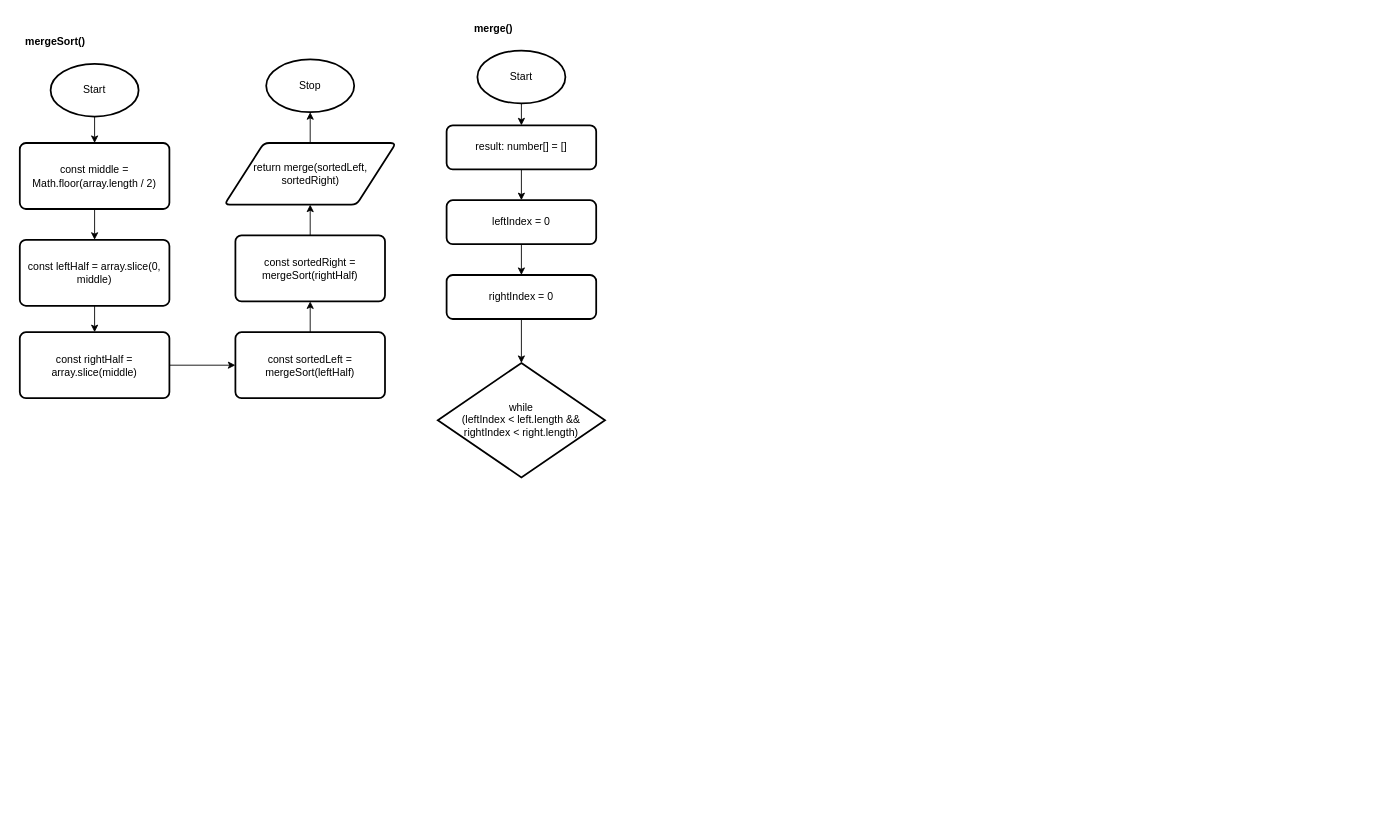
Before: design/flowchart.drawio in Kenny-Le-281/ICS4U-Unit3-06-Kenny-Le, a draw.io diagram. Source tidied: cells renumbered, new cells numbered last; positions are measured from the earlier drawing's top-left corner, leaving out a move shared by most shapes. Both pictures are drawn from the tidied source at 88%, with x=0, y=0 at pixel (15, 15).
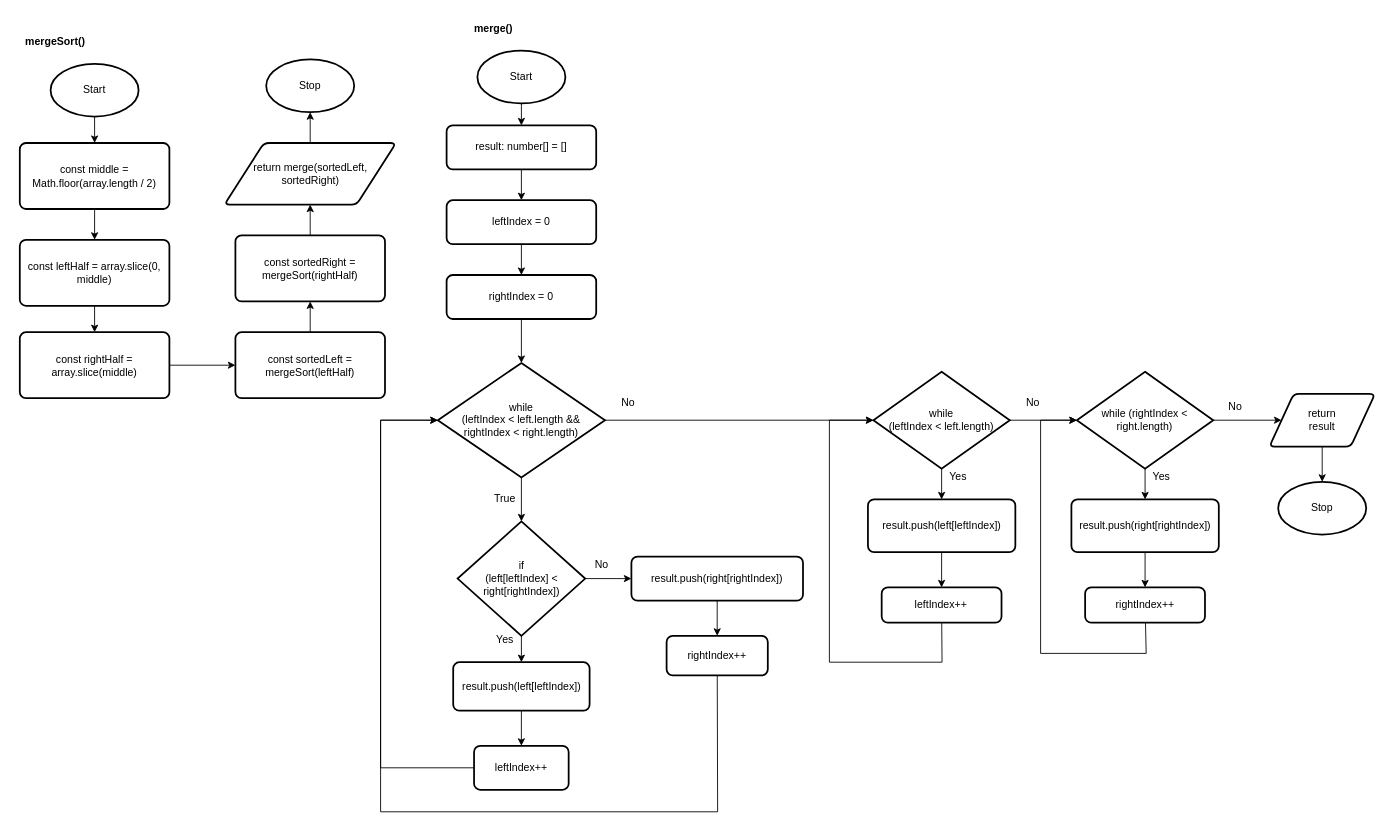
The same diagram, later.

Unchanged cells that the change refers to:
```xml
<mxCell id="27" value="while &lt;br&gt;(leftIndex &amp;lt; left.length &amp;amp;&amp;amp; rightIndex &amp;lt; right.length)" style="strokeWidth=2;html=1;shape=mxgraph.flowchart.decision;whiteSpace=wrap;" parent="1" vertex="1">
  <mxGeometry x="480" y="395" width="190" height="130" as="geometry" />
</mxCell>
```

What changed in the source:
```diff
@@
+    <mxCell id="28" style="edgeStyle=none;html=1;" parent="1" edge="1" source="27" target="32">
+      <mxGeometry relative="1" as="geometry" />
+    </mxCell>
+    <mxCell id="29" style="edgeStyle=none;rounded=0;html=1;entryX=0;entryY=0.5;entryDx=0;entryDy=0;entryPerimeter=0;" parent="1" edge="1" source="27" target="46">
+      <mxGeometry relative="1" as="geometry" />
+    </mxCell>
@@
+    <mxCell id="30" style="edgeStyle=none;html=1;" parent="1" edge="1" source="32" target="35">
+      <mxGeometry relative="1" as="geometry" />
+    </mxCell>
+    <mxCell id="31" style="edgeStyle=none;rounded=0;html=1;" parent="1" edge="1" source="32" target="40">
+      <mxGeometry relative="1" as="geometry" />
+    </mxCell>
+    <mxCell id="32" value="if &lt;br&gt;(left[leftIndex] &amp;lt; right[rightIndex])" style="strokeWidth=2;html=1;shape=mxgraph.flowchart.decision;whiteSpace=wrap;" parent="1" vertex="1">
+      <mxGeometry x="502.5" y="575" width="145" height="130" as="geometry" />
+    </mxCell>
+    <mxCell id="33" value="True" style="text;html=1;align=center;verticalAlign=middle;strokeColor=none;fillColor=none;" parent="1" vertex="1">
+      <mxGeometry x="533" y="535" width="45" height="30" as="geometry" />
+    </mxCell>
+    <mxCell id="34" style="edgeStyle=none;html=1;" parent="1" edge="1" source="35" target="37">
+      <mxGeometry relative="1" as="geometry" />
+    </mxCell>
+    <mxCell id="35" value="result.push(left[leftIndex])" style="rounded=1;whiteSpace=wrap;html=1;absoluteArcSize=1;arcSize=14;strokeWidth=2;" parent="1" vertex="1">
+      <mxGeometry x="497.5" y="735" width="155" height="55" as="geometry" />
+    </mxCell>
+    <mxCell id="36" style="edgeStyle=none;html=1;entryX=0;entryY=0.5;entryDx=0;entryDy=0;entryPerimeter=0;rounded=0;" parent="1" edge="1" source="37" target="27">
+      <mxGeometry relative="1" as="geometry">
+        <Array as="points">
+          <mxPoint x="415" y="855" />
+          <mxPoint x="415" y="460" />
+        </Array>
+      </mxGeometry>
+    </mxCell>
+    <mxCell id="37" value="leftIndex++" style="rounded=1;whiteSpace=wrap;html=1;absoluteArcSize=1;arcSize=14;strokeWidth=2;" parent="1" vertex="1">
+      <mxGeometry x="521.2" y="830" width="107.5" height="50" as="geometry" />
+    </mxCell>
+    <mxCell id="38" value="Yes" style="text;html=1;align=center;verticalAlign=middle;strokeColor=none;fillColor=none;" parent="1" vertex="1">
+      <mxGeometry x="536" y="695" width="40" height="30" as="geometry" />
+    </mxCell>
+    <mxCell id="39" style="edgeStyle=none;rounded=0;html=1;" parent="1" edge="1" source="40" target="42">
+      <mxGeometry relative="1" as="geometry" />
+    </mxCell>
+    <mxCell id="40" value="result.push(right[rightIndex])" style="rounded=1;whiteSpace=wrap;html=1;absoluteArcSize=1;arcSize=14;strokeWidth=2;" parent="1" vertex="1">
+      <mxGeometry x="700" y="615" width="195" height="50" as="geometry" />
+    </mxCell>
+    <mxCell id="41" style="edgeStyle=none;rounded=0;html=1;entryX=0;entryY=0.5;entryDx=0;entryDy=0;entryPerimeter=0;" parent="1" edge="1" source="42" target="27">
+      <mxGeometry relative="1" as="geometry">
+        <Array as="points">
+          <mxPoint x="798" y="905" />
+          <mxPoint x="415" y="905" />
+          <mxPoint x="415" y="460" />
+        </Array>
+      </mxGeometry>
+    </mxCell>
+    <mxCell id="42" value="rightIndex++" style="rounded=1;whiteSpace=wrap;html=1;absoluteArcSize=1;arcSize=14;strokeWidth=2;" parent="1" vertex="1">
+      <mxGeometry x="740" y="705" width="115" height="45" as="geometry" />
+    </mxCell>
+    <mxCell id="43" value="No" style="text;html=1;align=center;verticalAlign=middle;strokeColor=none;fillColor=none;" parent="1" vertex="1">
+      <mxGeometry x="648" y="610" width="35" height="30" as="geometry" />
+    </mxCell>
+    <mxCell id="44" style="edgeStyle=none;rounded=0;html=1;" parent="1" edge="1" source="46" target="48">
+      <mxGeometry relative="1" as="geometry" />
+    </mxCell>
+    <mxCell id="45" style="edgeStyle=none;rounded=0;html=1;entryX=0;entryY=0.5;entryDx=0;entryDy=0;entryPerimeter=0;" parent="1" edge="1" source="46" target="55">
+      <mxGeometry relative="1" as="geometry" />
+    </mxCell>
+    <mxCell id="46" value="while &lt;br&gt;(leftIndex &amp;lt; left.length)" style="strokeWidth=2;html=1;shape=mxgraph.flowchart.decision;whiteSpace=wrap;" parent="1" vertex="1">
+      <mxGeometry x="975" y="405" width="155" height="110" as="geometry" />
+    </mxCell>
+    <mxCell id="47" style="edgeStyle=none;rounded=0;html=1;" parent="1" edge="1" source="48" target="51">
+      <mxGeometry relative="1" as="geometry" />
+    </mxCell>
+    <mxCell id="48" value="result.push(left[leftIndex])" style="rounded=1;whiteSpace=wrap;html=1;absoluteArcSize=1;arcSize=14;strokeWidth=2;" parent="1" vertex="1">
+      <mxGeometry x="968.8" y="550" width="167.5" height="60" as="geometry" />
+    </mxCell>
+    <mxCell id="49" value="Yes" style="text;html=1;align=center;verticalAlign=middle;strokeColor=none;fillColor=none;" parent="1" vertex="1">
+      <mxGeometry x="1051" y="510" width="40" height="30" as="geometry" />
+    </mxCell>
+    <mxCell id="50" style="edgeStyle=none;rounded=0;html=1;entryX=0;entryY=0.5;entryDx=0;entryDy=0;entryPerimeter=0;" parent="1" edge="1" source="51" target="46">
+      <mxGeometry relative="1" as="geometry">
+        <Array as="points">
+          <mxPoint x="1053" y="735" />
+          <mxPoint x="925" y="735" />
+          <mxPoint x="925" y="460" />
+        </Array>
+      </mxGeometry>
+    </mxCell>
+    <mxCell id="51" value="leftIndex++" style="rounded=1;whiteSpace=wrap;html=1;absoluteArcSize=1;arcSize=14;strokeWidth=2;" parent="1" vertex="1">
+      <mxGeometry x="984.4" y="650" width="136.2" height="40" as="geometry" />
+    </mxCell>
+    <mxCell id="52" value="No" style="text;html=1;align=center;verticalAlign=middle;strokeColor=none;fillColor=none;" parent="1" vertex="1">
+      <mxGeometry x="678" y="425" width="35" height="30" as="geometry" />
+    </mxCell>
+    <mxCell id="53" style="edgeStyle=none;rounded=0;html=1;" parent="1" edge="1" source="55" target="57">
+      <mxGeometry relative="1" as="geometry" />
+    </mxCell>
+    <mxCell id="54" style="edgeStyle=none;rounded=0;html=1;entryX=0;entryY=0.5;entryDx=0;entryDy=0;" parent="1" edge="1" source="55" target="62">
+      <mxGeometry relative="1" as="geometry" />
+    </mxCell>
+    <mxCell id="55" value="while (rightIndex &amp;lt; right.length)" style="strokeWidth=2;html=1;shape=mxgraph.flowchart.decision;whiteSpace=wrap;" parent="1" vertex="1">
+      <mxGeometry x="1206.2" y="405" width="155" height="110" as="geometry" />
+    </mxCell>
+    <mxCell id="56" style="edgeStyle=none;rounded=0;html=1;" parent="1" edge="1" source="57" target="60">
+      <mxGeometry relative="1" as="geometry" />
+    </mxCell>
+    <mxCell id="57" value="result.push(right[rightIndex])" style="rounded=1;whiteSpace=wrap;html=1;absoluteArcSize=1;arcSize=14;strokeWidth=2;" parent="1" vertex="1">
+      <mxGeometry x="1200" y="550" width="167.5" height="60" as="geometry" />
+    </mxCell>
+    <mxCell id="58" value="Yes" style="text;html=1;align=center;verticalAlign=middle;strokeColor=none;fillColor=none;" parent="1" vertex="1">
+      <mxGeometry x="1282.2" y="510" width="40" height="30" as="geometry" />
+    </mxCell>
+    <mxCell id="59" style="edgeStyle=none;rounded=0;html=1;entryX=0;entryY=0.5;entryDx=0;entryDy=0;entryPerimeter=0;" parent="1" edge="1" source="60" target="55">
+      <mxGeometry relative="1" as="geometry">
+        <Array as="points">
+          <mxPoint x="1285" y="725" />
+          <mxPoint x="1165" y="725" />
+          <mxPoint x="1165" y="460" />
+        </Array>
+      </mxGeometry>
+    </mxCell>
+    <mxCell id="60" value="rightIndex++" style="rounded=1;whiteSpace=wrap;html=1;absoluteArcSize=1;arcSize=14;strokeWidth=2;" parent="1" vertex="1">
+      <mxGeometry x="1215.6" y="650" width="136.2" height="40" as="geometry" />
+    </mxCell>
+    <mxCell id="61" style="edgeStyle=none;rounded=0;html=1;" parent="1" edge="1" source="62" target="65">
+      <mxGeometry relative="1" as="geometry" />
+    </mxCell>
+    <mxCell id="62" value="return &lt;br&gt;result" style="shape=parallelogram;html=1;strokeWidth=2;perimeter=parallelogramPerimeter;whiteSpace=wrap;rounded=1;arcSize=12;size=0.23;" parent="1" vertex="1">
+      <mxGeometry x="1425" y="430" width="120" height="60" as="geometry" />
+    </mxCell>
+    <mxCell id="63" value="No" style="text;html=1;align=center;verticalAlign=middle;strokeColor=none;fillColor=none;" parent="1" vertex="1">
+      <mxGeometry x="1138" y="425" width="35" height="30" as="geometry" />
+    </mxCell>
+    <mxCell id="64" value="No" style="text;html=1;align=center;verticalAlign=middle;strokeColor=none;fillColor=none;" parent="1" vertex="1">
+      <mxGeometry x="1368" y="430" width="35" height="30" as="geometry" />
+    </mxCell>
+    <mxCell id="65" value="Stop" style="strokeWidth=2;html=1;shape=mxgraph.flowchart.start_1;whiteSpace=wrap;" parent="1" vertex="1">
+      <mxGeometry x="1435" y="530" width="100" height="60" as="geometry" />
+    </mxCell>
```
